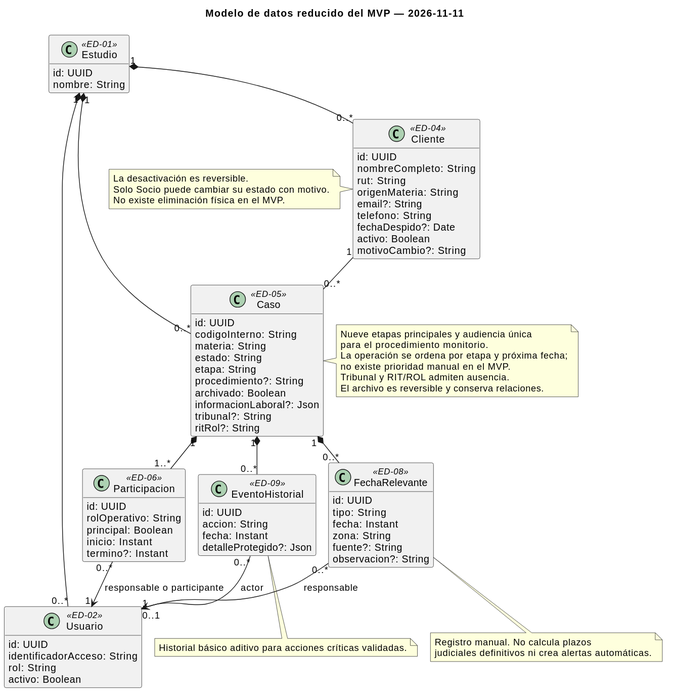
Earlier version of the PlantUML export docs/diagrams/rendered/mvp-data-model.svg (DerSarco/sistema-gestion-casos-juridicos).
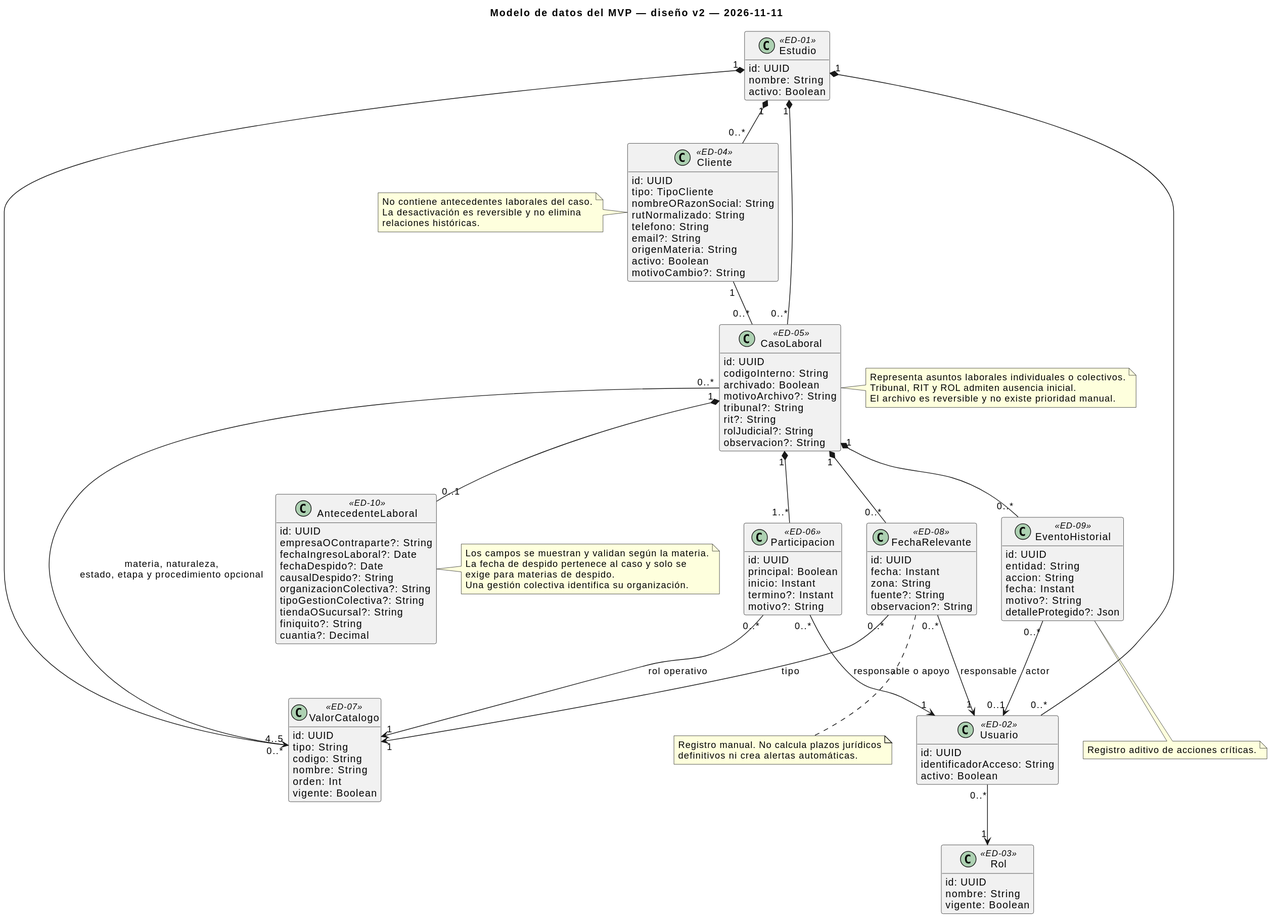
The same diagram one commit later.

Commit message:
docs: definir modelo de datos laboral general (#79)

Change to the diagram source:
```diff
@@ -3,51 +3,73 @@
 skinparam shadowing false
 skinparam classAttributeIconSize 0
 hide methods
-title Modelo de datos reducido del MVP — 2026-11-11
+title Modelo de datos del MVP — diseño v2 — 2026-11-11
 
 class Estudio <<ED-01>> {
   id: UUID
   nombre: String
+  activo: Boolean
+}
+class Rol <<ED-03>> {
+  id: UUID
+  nombre: String
+  vigente: Boolean
 }
 class Usuario <<ED-02>> {
   id: UUID
   identificadorAcceso: String
-  rol: String
   activo: Boolean
 }
 class Cliente <<ED-04>> {
   id: UUID
-  nombreCompleto: String
-  rut: String
+  tipo: TipoCliente
+  nombreORazonSocial: String
+  rutNormalizado: String
+  telefono: String
+  email?: String
   origenMateria: String
-  email?: String
-  telefono: String
-  fechaDespido?: Date
   activo: Boolean
   motivoCambio?: String
 }
-class Caso <<ED-05>> {
+class ValorCatalogo <<ED-07>> {
+  id: UUID
+  tipo: String
+  codigo: String
+  nombre: String
+  orden: Int
+  vigente: Boolean
+}
+class CasoLaboral <<ED-05>> {
   id: UUID
   codigoInterno: String
-  materia: String
-  estado: String
-  etapa: String
-  procedimiento?: String
   archivado: Boolean
-  informacionLaboral?: Json
+  motivoArchivo?: String
   tribunal?: String
-  ritRol?: String
+  rit?: String
+  rolJudicial?: String
+  observacion?: String
+}
+class AntecedenteLaboral <<ED-10>> {
+  id: UUID
+  empresaOContraparte?: String
+  fechaIngresoLaboral?: Date
+  fechaDespido?: Date
+  causalDespido?: String
+  organizacionColectiva?: String
+  tipoGestionColectiva?: String
+  tiendaOSucursal?: String
+  finiquito?: String
+  cuantia?: Decimal
 }
 class Participacion <<ED-06>> {
   id: UUID
-  rolOperativo: String
   principal: Boolean
   inicio: Instant
   termino?: Instant
+  motivo?: String
 }
 class FechaRelevante <<ED-08>> {
   id: UUID
-  tipo: String
   fecha: Instant
   zona: String
   fuente?: String
@@ -55,40 +77,51 @@
 }
 class EventoHistorial <<ED-09>> {
   id: UUID
+  entidad: String
   accion: String
   fecha: Instant
+  motivo?: String
   detalleProtegido?: Json
 }
 
 Estudio "1" *-- "0..*" Usuario
 Estudio "1" *-- "0..*" Cliente
-Estudio "1" *-- "0..*" Caso
-Cliente "1" -- "0..*" Caso
-Caso "1" *-- "1..*" Participacion
-Participacion "0..*" --> "1" Usuario : responsable o participante
-Caso "1" *-- "0..*" FechaRelevante
+Estudio "1" *-- "0..*" CasoLaboral
+Estudio "1" *-- "0..*" ValorCatalogo
+Usuario "0..*" --> "1" Rol
+Cliente "1" -- "0..*" CasoLaboral
+CasoLaboral "1" *-- "0..1" AntecedenteLaboral
+CasoLaboral "1" *-- "1..*" Participacion
+Participacion "0..*" --> "1" Usuario : responsable o apoyo
+Participacion "0..*" --> "1" ValorCatalogo : rol operativo
+CasoLaboral "0..*" --> "4..5" ValorCatalogo : materia, naturaleza,\nestado, etapa y procedimiento opcional
+CasoLaboral "1" *-- "0..*" FechaRelevante
 FechaRelevante "0..*" --> "1" Usuario : responsable
-Caso "1" *-- "0..*" EventoHistorial
+FechaRelevante "0..*" --> "1" ValorCatalogo : tipo
+CasoLaboral "1" *-- "0..*" EventoHistorial
 EventoHistorial "0..*" --> "0..1" Usuario : actor
 
-note right of Caso
-  Nueve etapas principales y audiencia única
-  para el procedimiento monitorio.
-  La operación se ordena por etapa y próxima fecha;
-  no existe prioridad manual en el MVP.
-  Tribunal y RIT/ROL admiten ausencia.
-  El archivo es reversible y conserva relaciones.
+note right of AntecedenteLaboral
+  Los campos se muestran y validan según la materia.
+  La fecha de despido pertenece al caso y solo se
+  exige para materias de despido.
+  Una gestión colectiva identifica su organización.
 end note
 note left of Cliente
-  La desactivación es reversible.
-  Solo Socio puede cambiar su estado con motivo.
-  No existe eliminación física en el MVP.
+  No contiene antecedentes laborales del caso.
+  La desactivación es reversible y no elimina
+  relaciones históricas.
+end note
+note right of CasoLaboral
+  Representa asuntos laborales individuales o colectivos.
+  Tribunal, RIT y ROL admiten ausencia inicial.
+  El archivo es reversible y no existe prioridad manual.
 end note
 note bottom of FechaRelevante
-  Registro manual. No calcula plazos
-  judiciales definitivos ni crea alertas automáticas.
+  Registro manual. No calcula plazos jurídicos
+  definitivos ni crea alertas automáticas.
 end note
 note bottom of EventoHistorial
-  Historial básico aditivo para acciones críticas validadas.
+  Registro aditivo de acciones críticas.
 end note
 @enduml
```
